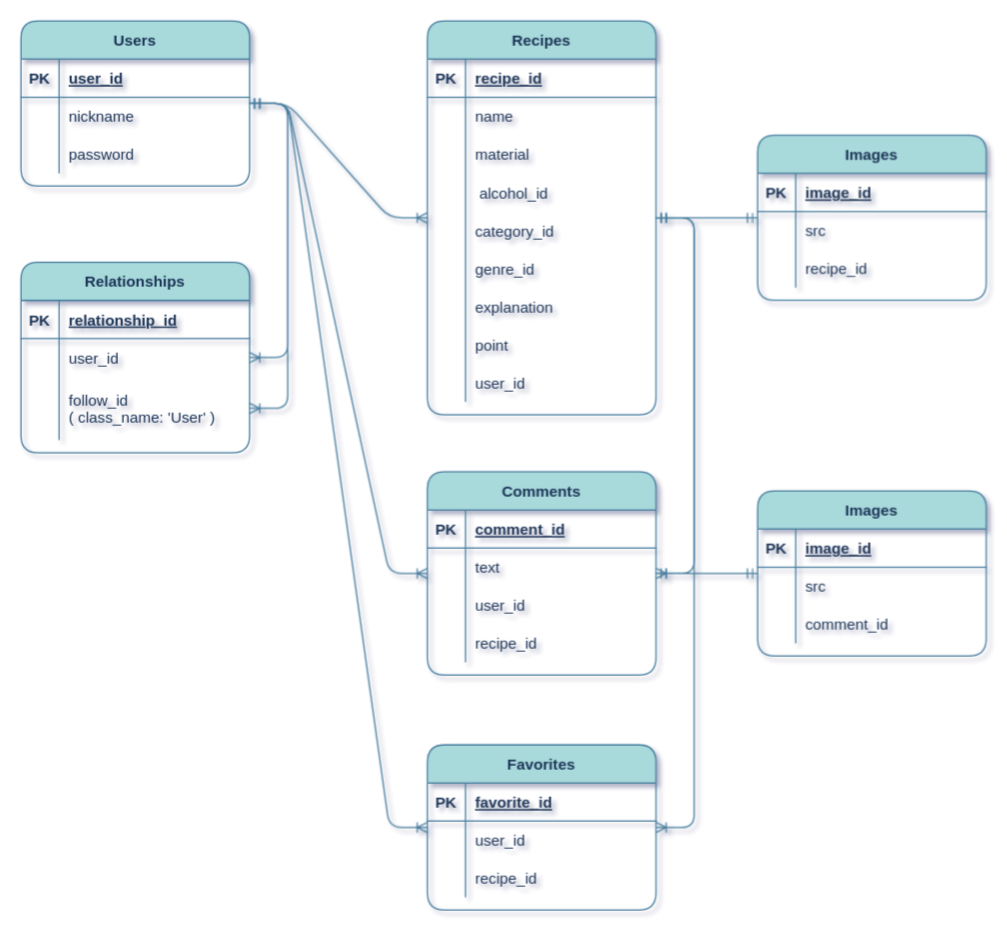
shisoshiso/izakaya-recipe keeps this draw.io diagram as ER.dio. Above is the earlier version. Source tidied: cells renumbered, new cells numbered last; positions are measured from the earlier drawing's top-left corner, leaving out a move shared by most shapes. Both pictures are drawn from the tidied source at 127%, with x=0, y=0 at pixel (20, 20).
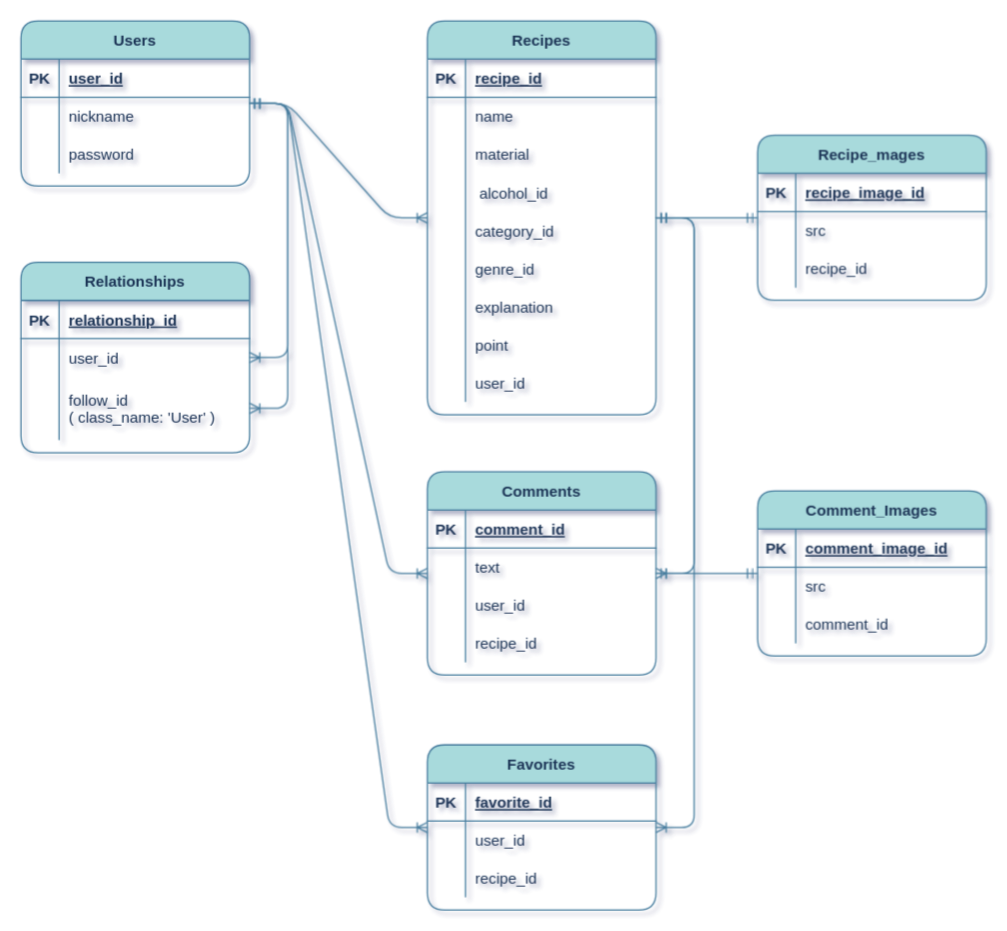
After the change.

The change refers to these unchanged cells:
```xml
<mxCell id="51" style="shape=partialRectangle;fillColor=none;top=0;left=0;bottom=1;right=0;rounded=1;strokeColor=#457B9D;fontColor=#1D3557;" parent="50" vertex="1">
  <mxGeometry y="30" width="180" height="30" as="geometry" />
</mxCell>
<mxCell id="74" style="shape=partialRectangle;fillColor=none;top=0;left=0;bottom=1;right=0;rounded=1;strokeColor=#457B9D;fontColor=#1D3557;" parent="73" vertex="1">
  <mxGeometry y="30" width="180" height="30" as="geometry" />
</mxCell>
```

What changed in the source:
```diff
@@
-    <mxCell id="50" value="Images" style="shape=table;startSize=30;childLayout=tableLayout;rowLines=0;fontStyle=1;align=center;rounded=1;fillColor=#A8DADC;strokeColor=#457B9D;fontColor=#1D3557;" parent="1" vertex="1">
+    <mxCell id="50" value="Recipe_mages" style="shape=table;startSize=30;childLayout=tableLayout;rowLines=0;fontStyle=1;align=center;rounded=1;fillColor=#A8DADC;strokeColor=#457B9D;fontColor=#1D3557;" parent="1" vertex="1">
       <mxGeometry x="580" y="90" width="180" height="130" as="geometry" />
     </mxCell>
@@
-    <mxCell id="53" value="image_id" style="shape=partialRectangle;fillColor=none;top=0;left=0;bottom=0;right=0;align=left;spacingLeft=6;fontStyle=5;overflow=hidden;rounded=1;strokeColor=#457B9D;fontColor=#1D3557;" parent="51" vertex="1">
+    <mxCell id="53" value="recipe_image_id" style="shape=partialRectangle;fillColor=none;top=0;left=0;bottom=0;right=0;align=left;spacingLeft=6;fontStyle=5;overflow=hidden;rounded=1;strokeColor=#457B9D;fontColor=#1D3557;" parent="51" vertex="1">
       <mxGeometry x="30" width="150" height="30" as="geometry" />
     </mxCell>
@@
-    <mxCell id="73" value="Images" style="shape=table;startSize=30;childLayout=tableLayout;rowLines=0;fontStyle=1;align=center;rounded=1;fillColor=#A8DADC;strokeColor=#457B9D;fontColor=#1D3557;" parent="1" vertex="1">
+    <mxCell id="73" value="Comment_Images" style="shape=table;startSize=30;childLayout=tableLayout;rowLines=0;fontStyle=1;align=center;rounded=1;fillColor=#A8DADC;strokeColor=#457B9D;fontColor=#1D3557;" parent="1" vertex="1">
       <mxGeometry x="580" y="370" width="180" height="130" as="geometry" />
     </mxCell>
@@
-    <mxCell id="76" value="image_id" style="shape=partialRectangle;fillColor=none;top=0;left=0;bottom=0;right=0;align=left;spacingLeft=6;fontStyle=5;overflow=hidden;rounded=1;strokeColor=#457B9D;fontColor=#1D3557;" parent="74" vertex="1">
+    <mxCell id="76" value="comment_image_id" style="shape=partialRectangle;fillColor=none;top=0;left=0;bottom=0;right=0;align=left;spacingLeft=6;fontStyle=5;overflow=hidden;rounded=1;strokeColor=#457B9D;fontColor=#1D3557;" parent="74" vertex="1">
       <mxGeometry x="30" width="150" height="30" as="geometry" />
     </mxCell>
```
